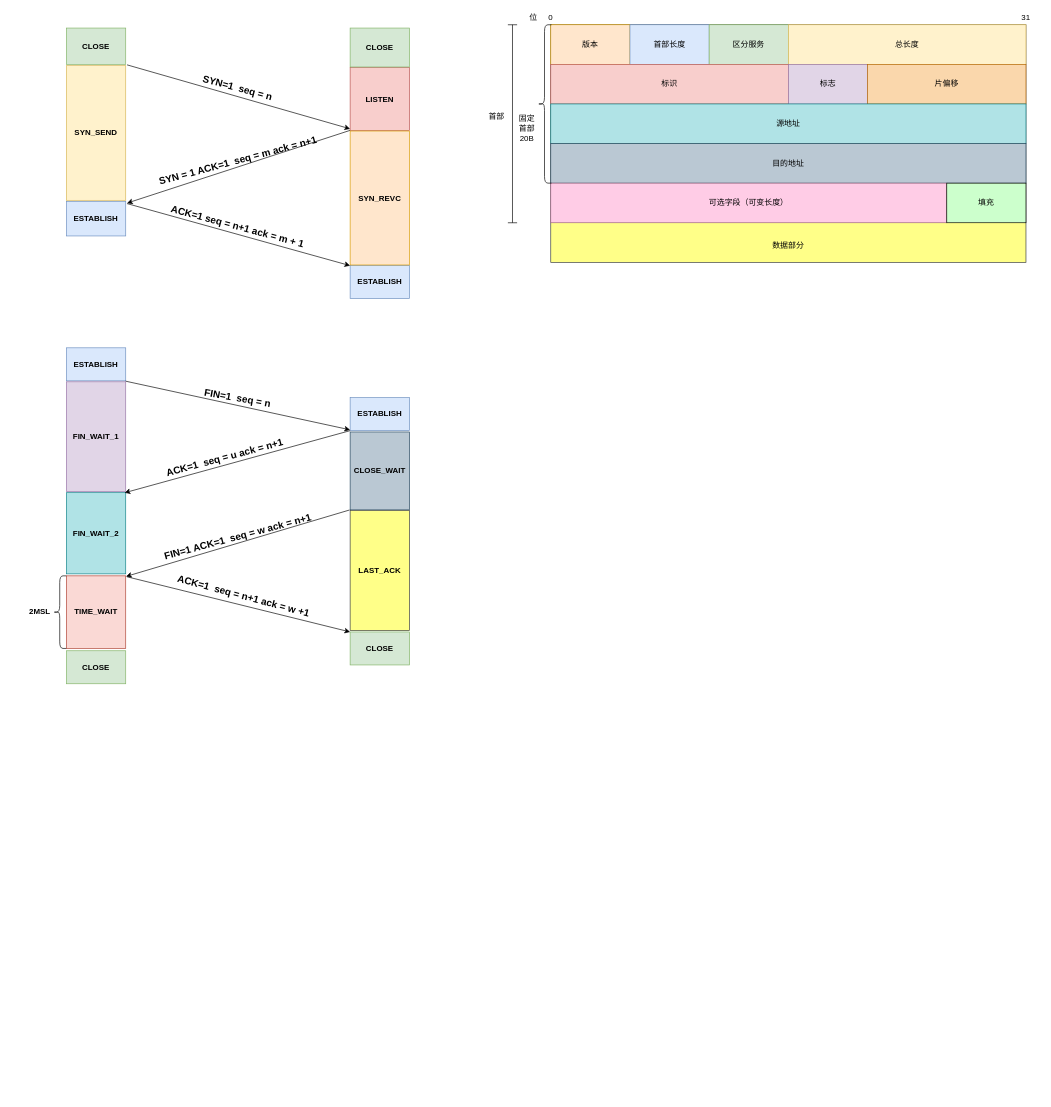
yankooo/draw.io keeps this draw.io diagram as network.drawio. Above is the earlier version. Source tidied: cells renumbered, new cells numbered last; positions are measured from the earlier drawing's top-left corner, leaving out a move shared by most shapes. Both pictures are drawn from the tidied source at 66%, with x=0, y=0 at pixel (26, 11).
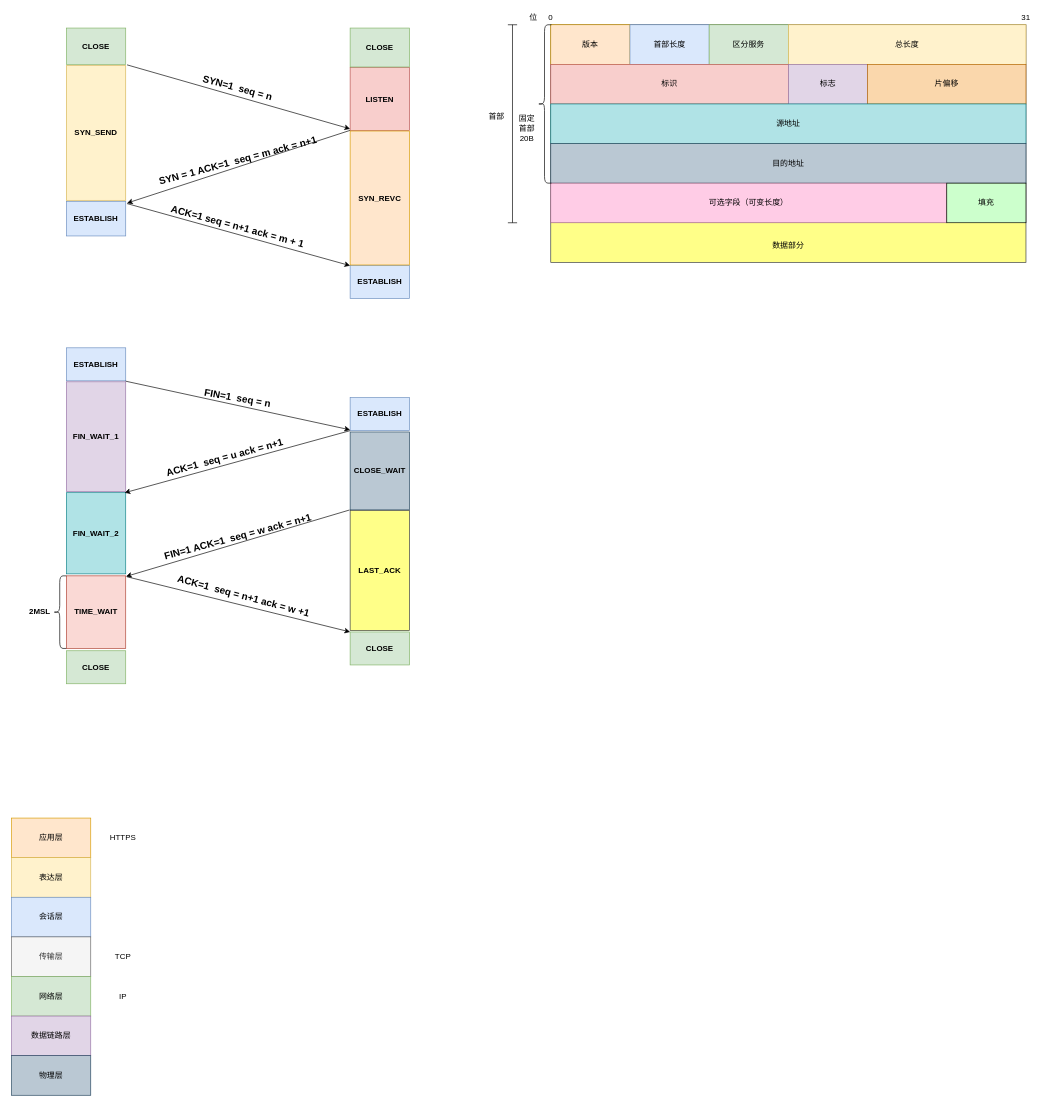
Above is the later version.

Diff of the diagram source:
```diff
@@
+    <mxCell id="54" value="应用层" style="rounded=0;whiteSpace=wrap;html=1;fillColor=#ffe6cc;strokeColor=#d79b00;" parent="1" vertex="1">
+      <mxGeometry x="-23" y="1222" width="120" height="60" as="geometry" />
+    </mxCell>
+    <mxCell id="55" value="表达层" style="rounded=0;whiteSpace=wrap;html=1;fillColor=#fff2cc;strokeColor=#d6b656;" parent="1" vertex="1">
+      <mxGeometry x="-23" y="1282" width="120" height="60" as="geometry" />
+    </mxCell>
+    <mxCell id="56" value="会话层" style="rounded=0;whiteSpace=wrap;html=1;fillColor=#dae8fc;strokeColor=#6c8ebf;" parent="1" vertex="1">
+      <mxGeometry x="-23" y="1342" width="120" height="60" as="geometry" />
+    </mxCell>
+    <mxCell id="57" value="传输层" style="rounded=0;whiteSpace=wrap;html=1;fillColor=#f5f5f5;strokeColor=#666666;fontColor=#333333;" parent="1" vertex="1">
+      <mxGeometry x="-23" y="1402" width="120" height="60" as="geometry" />
+    </mxCell>
+    <mxCell id="58" value="网络层" style="rounded=0;whiteSpace=wrap;html=1;fillColor=#d5e8d4;strokeColor=#82b366;" parent="1" vertex="1">
+      <mxGeometry x="-23" y="1462" width="120" height="60" as="geometry" />
+    </mxCell>
+    <mxCell id="59" value="数据链路层" style="rounded=0;whiteSpace=wrap;html=1;fillColor=#e1d5e7;strokeColor=#9673a6;" parent="1" vertex="1">
+      <mxGeometry x="-23" y="1522" width="120" height="60" as="geometry" />
+    </mxCell>
+    <mxCell id="60" value="物理层" style="rounded=0;whiteSpace=wrap;html=1;fillColor=#bac8d3;strokeColor=#23445d;" parent="1" vertex="1">
+      <mxGeometry x="-23" y="1582" width="120" height="60" as="geometry" />
+    </mxCell>
+    <mxCell id="61" value="HTTPS" style="text;html=1;strokeColor=none;fillColor=none;align=center;verticalAlign=middle;whiteSpace=wrap;rounded=0;" parent="1" vertex="1">
+      <mxGeometry x="126" y="1242" width="40" height="20" as="geometry" />
+    </mxCell>
+    <mxCell id="62" value="TCP" style="text;html=1;strokeColor=none;fillColor=none;align=center;verticalAlign=middle;whiteSpace=wrap;rounded=0;" parent="1" vertex="1">
+      <mxGeometry x="126" y="1422" width="40" height="20" as="geometry" />
+    </mxCell>
+    <mxCell id="63" value="IP" style="text;html=1;strokeColor=none;fillColor=none;align=center;verticalAlign=middle;whiteSpace=wrap;rounded=0;" parent="1" vertex="1">
+      <mxGeometry x="126" y="1482" width="40" height="20" as="geometry" />
+    </mxCell>
```
